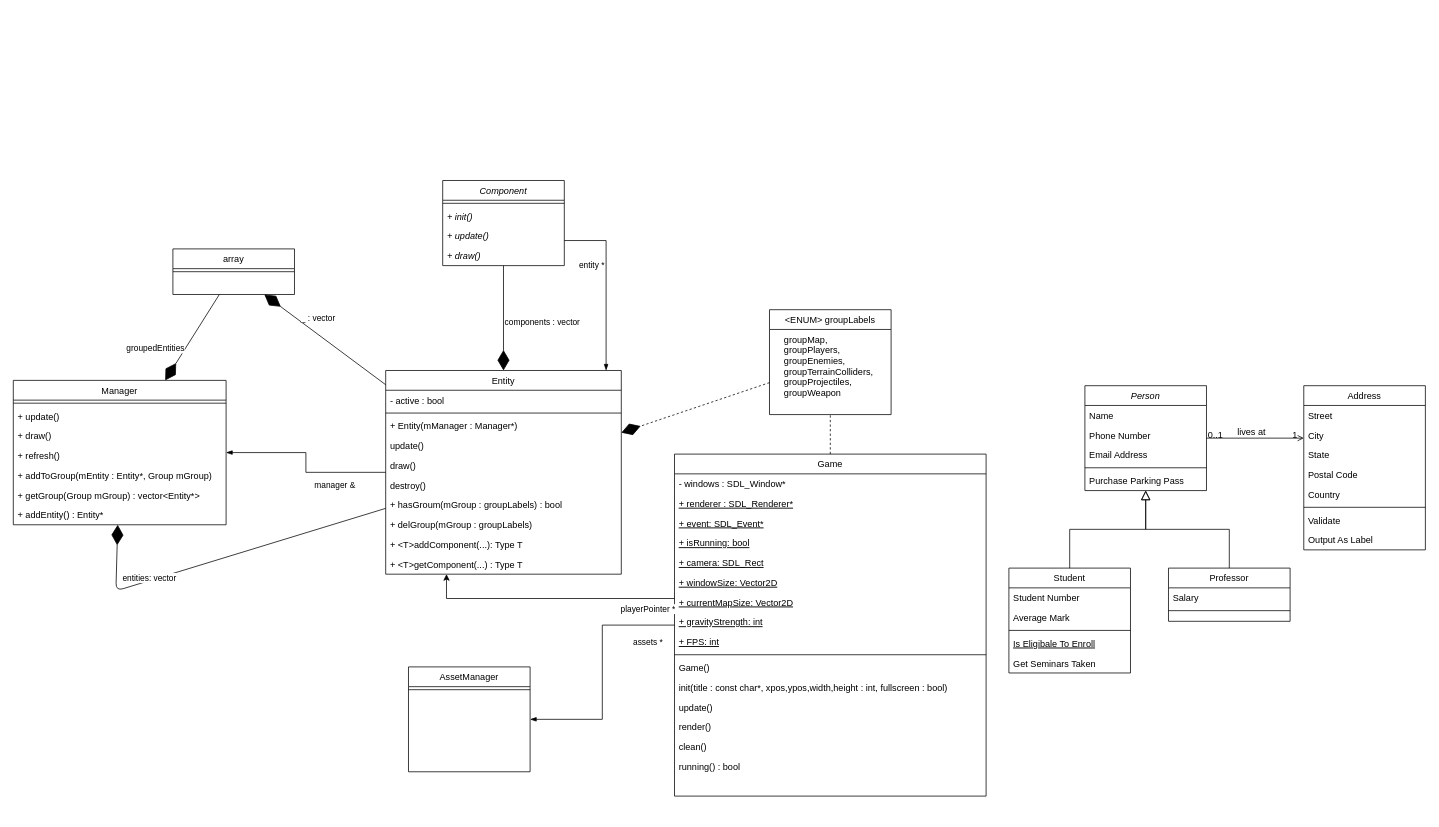
Earlier version of the draw.io diagram UML/Untitled Diagram.drawio (abastienIIT/Roguelike). Source tidied: cells renumbered, new cells numbered last; positions are measured from the earlier drawing's top-left corner, leaving out a move shared by most shapes. Both pictures are drawn from the tidied source at 76%, with x=0, y=0 at pixel (13, 180).
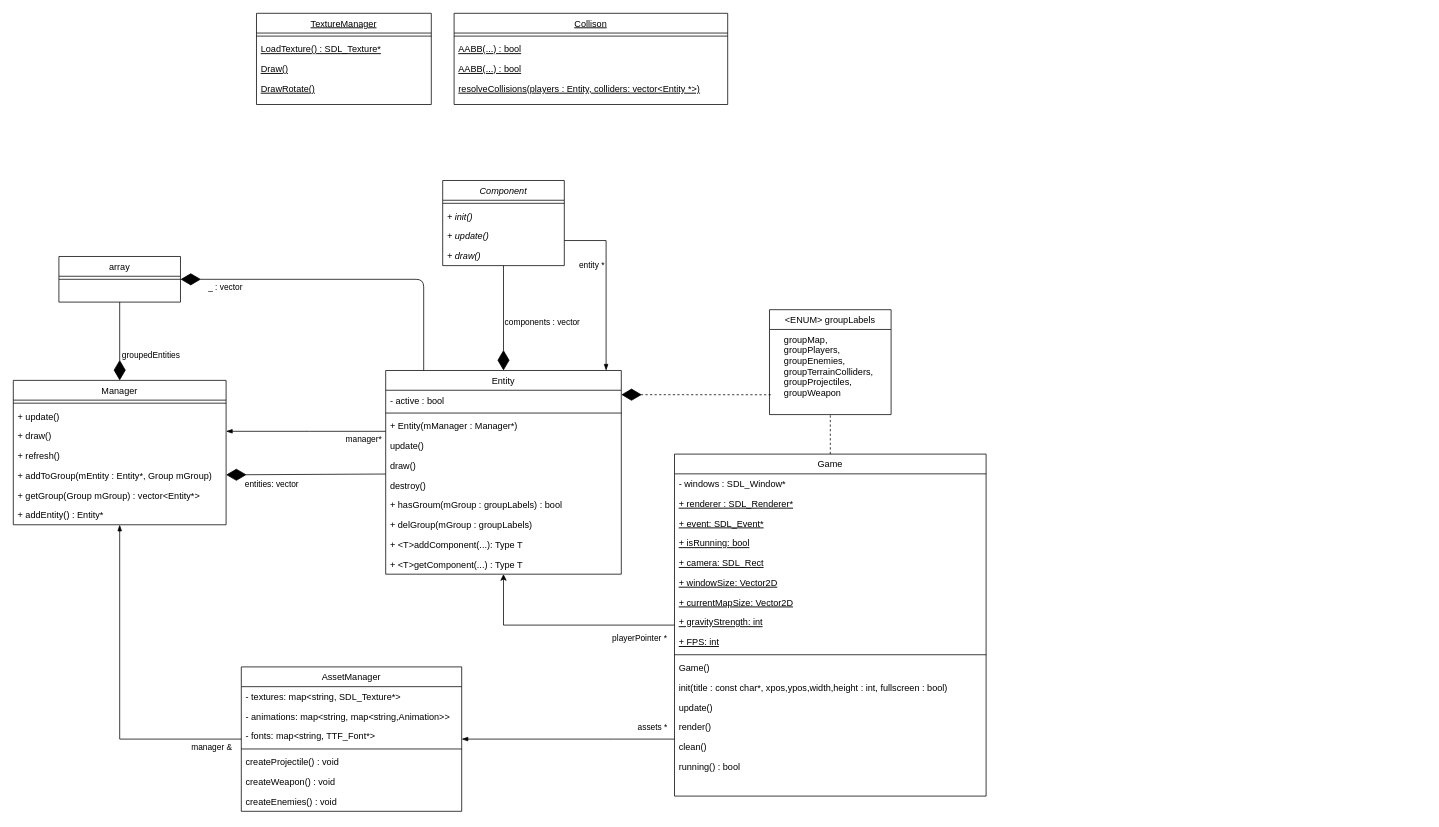
The same diagram, later.

The change refers to these unchanged cells:
```xml
<mxCell id="34" value="Game" style="swimlane;fontStyle=0;align=center;verticalAlign=top;horizontal=1;startSize=26;rounded=0;shadow=0;strokeWidth=1;" parent="1" vertex="1">
  <mxGeometry x="870" y="360" width="410" height="450" as="geometry" />
</mxCell>
<mxCell id="53" value="Entity" style="swimlane;fontStyle=0;align=center;verticalAlign=top;horizontal=1;startSize=26;rounded=0;shadow=0;strokeWidth=1;" parent="1" vertex="1">
  <mxGeometry x="490" y="250" width="310" height="268" as="geometry" />
</mxCell>
<mxCell id="54" value="- active : bool" style="text;align=left;verticalAlign=top;spacingLeft=4;spacingRight=4;overflow=hidden;points=[[0,0.5],[1,0.5]];portConstraint=eastwest;" parent="53" vertex="1">
  <mxGeometry y="26" width="310" height="26" as="geometry" />
</mxCell>
<mxCell id="58" value="draw()" style="text;align=left;verticalAlign=top;spacingLeft=4;spacingRight=4;overflow=hidden;points=[[0,0.5],[1,0.5]];portConstraint=eastwest;" parent="53" vertex="1">
  <mxGeometry y="112" width="310" height="26" as="geometry" />
</mxCell>
<mxCell id="66" value="&lt;ENUM&gt; groupLabels" style="swimlane;fontStyle=0;align=center;verticalAlign=top;horizontal=1;startSize=26;rounded=0;shadow=0;strokeWidth=1;" parent="1" vertex="1">
  <mxGeometry x="995" y="170" width="160" height="138" as="geometry" />
</mxCell>
<mxCell id="67" value="    groupMap,&#10;    groupPlayers,&#10;    groupEnemies,&#10;    groupTerrainColliders,&#10;    groupProjectiles,&#10;    groupWeapon" style="text;strokeColor=none;fillColor=none;align=left;verticalAlign=top;spacingLeft=4;spacingRight=4;overflow=hidden;points=[[0,0.5],[1,0.5]];portConstraint=eastwest;" parent="66" vertex="1">
  <mxGeometry y="26" width="160" height="94" as="geometry" />
</mxCell>
<mxCell id="71" value="Manager" style="swimlane;fontStyle=0;align=center;verticalAlign=top;horizontal=1;startSize=26;rounded=0;shadow=0;strokeWidth=1;" parent="1" vertex="1">
  <mxGeometry y="263" width="280" height="190" as="geometry" />
</mxCell>
<mxCell id="76" value="+ addToGroup(mEntity : Entity*, Group mGroup)" style="text;align=left;verticalAlign=top;spacingLeft=4;spacingRight=4;overflow=hidden;points=[[0,0.5],[1,0.5]];portConstraint=eastwest;fontStyle=0;" parent="71" vertex="1">
  <mxGeometry y="112" width="280" height="26" as="geometry" />
</mxCell>
<mxCell id="92" style="endArrow=diamondThin;endFill=1;endSize=24;html=1;" parent="1" edge="1" source="90" target="71">
  <mxGeometry relative="1" as="geometry" />
</mxCell>
```

Diff of the diagram source:
```diff
@@
-    <mxCell id="2" value="Person" style="swimlane;fontStyle=2;align=center;verticalAlign=top;horizontal=1;startSize=26;rounded=0;shadow=0;strokeWidth=1;" parent="1" vertex="1">
-      <mxGeometry x="1410" y="270" width="160" height="138" as="geometry" />
-    </mxCell>
-    <mxCell id="3" value="Name" style="text;align=left;verticalAlign=top;spacingLeft=4;spacingRight=4;overflow=hidden;" parent="2" vertex="1">
-      <mxGeometry y="26" width="160" height="26" as="geometry" />
-    </mxCell>
-    <mxCell id="4" value="Phone Number" style="text;align=left;verticalAlign=top;spacingLeft=4;spacingRight=4;overflow=hidden;rounded=0;shadow=0;html=0;" parent="2" vertex="1">
-      <mxGeometry y="52" width="160" height="26" as="geometry" />
-    </mxCell>
-    <mxCell id="5" value="Email Address" style="text;align=left;verticalAlign=top;spacingLeft=4;spacingRight=4;overflow=hidden;rounded=0;shadow=0;html=0;" parent="2" vertex="1">
-      <mxGeometry y="78" width="160" height="26" as="geometry" />
-    </mxCell>
-    <mxCell id="6" style="line;html=1;strokeWidth=1;align=left;verticalAlign=middle;spacingTop=-1;spacingLeft=3;spacingRight=3;labelPosition=right;" parent="2" vertex="1">
-      <mxGeometry y="104" width="160" height="8" as="geometry" />
-    </mxCell>
-    <mxCell id="7" value="Purchase Parking Pass" style="text;align=left;verticalAlign=top;spacingLeft=4;spacingRight=4;overflow=hidden;" parent="2" vertex="1">
-      <mxGeometry y="112" width="160" height="26" as="geometry" />
-    </mxCell>
-    <mxCell id="8" value="Student" style="swimlane;fontStyle=0;align=center;verticalAlign=top;horizontal=1;startSize=26;rounded=0;shadow=0;strokeWidth=1;" parent="1" vertex="1">
-      <mxGeometry x="1310" y="510" width="160" height="138" as="geometry" />
-    </mxCell>
-    <mxCell id="9" value="Student Number" style="text;align=left;verticalAlign=top;spacingLeft=4;spacingRight=4;overflow=hidden;" parent="8" vertex="1">
-      <mxGeometry y="26" width="160" height="26" as="geometry" />
-    </mxCell>
-    <mxCell id="10" value="Average Mark" style="text;align=left;verticalAlign=top;spacingLeft=4;spacingRight=4;overflow=hidden;rounded=0;shadow=0;html=0;" parent="8" vertex="1">
-      <mxGeometry y="52" width="160" height="26" as="geometry" />
-    </mxCell>
-    <mxCell id="11" style="line;html=1;strokeWidth=1;align=left;verticalAlign=middle;spacingTop=-1;spacingLeft=3;spacingRight=3;labelPosition=right;" parent="8" vertex="1">
-      <mxGeometry y="78" width="160" height="8" as="geometry" />
-    </mxCell>
-    <mxCell id="12" value="Is Eligibale To Enroll" style="text;align=left;verticalAlign=top;spacingLeft=4;spacingRight=4;overflow=hidden;fontStyle=4;" parent="8" vertex="1">
-      <mxGeometry y="86" width="160" height="26" as="geometry" />
-    </mxCell>
-    <mxCell id="13" value="Get Seminars Taken" style="text;align=left;verticalAlign=top;spacingLeft=4;spacingRight=4;overflow=hidden;" parent="8" vertex="1">
-      <mxGeometry y="112" width="160" height="26" as="geometry" />
-    </mxCell>
-    <mxCell id="14" style="endArrow=block;endSize=10;endFill=0;shadow=0;strokeWidth=1;rounded=0;edgeStyle=elbowEdgeStyle;elbow=vertical;" parent="1" edge="1" source="8" target="2">
-      <mxGeometry relative="1" as="geometry" />
-    </mxCell>
-    <mxCell id="15" value="Professor" style="swimlane;fontStyle=0;align=center;verticalAlign=top;horizontal=1;startSize=26;rounded=0;shadow=0;strokeWidth=1;" parent="1" vertex="1">
-      <mxGeometry x="1520" y="510" width="160" height="70" as="geometry" />
-    </mxCell>
-    <mxCell id="16" value="Salary" style="text;align=left;verticalAlign=top;spacingLeft=4;spacingRight=4;overflow=hidden;" parent="15" vertex="1">
-      <mxGeometry y="26" width="160" height="26" as="geometry" />
-    </mxCell>
-    <mxCell id="17" style="line;html=1;strokeWidth=1;align=left;verticalAlign=middle;spacingTop=-1;spacingLeft=3;spacingRight=3;labelPosition=right;" parent="15" vertex="1">
-      <mxGeometry y="52" width="160" height="8" as="geometry" />
-    </mxCell>
-    <mxCell id="18" style="endArrow=block;endSize=10;endFill=0;shadow=0;strokeWidth=1;rounded=0;edgeStyle=elbowEdgeStyle;elbow=vertical;" parent="1" edge="1" source="15" target="2">
-      <mxGeometry relative="1" as="geometry" />
-    </mxCell>
-    <mxCell id="19" value="Address" style="swimlane;fontStyle=0;align=center;verticalAlign=top;horizontal=1;startSize=26;rounded=0;shadow=0;strokeWidth=1;" parent="1" vertex="1">
-      <mxGeometry x="1698" y="270" width="160" height="216" as="geometry" />
-    </mxCell>
-    <mxCell id="20" value="Street" style="text;align=left;verticalAlign=top;spacingLeft=4;spacingRight=4;overflow=hidden;" parent="19" vertex="1">
-      <mxGeometry y="26" width="160" height="26" as="geometry" />
-    </mxCell>
-    <mxCell id="21" value="City" style="text;align=left;verticalAlign=top;spacingLeft=4;spacingRight=4;overflow=hidden;rounded=0;shadow=0;html=0;" parent="19" vertex="1">
-      <mxGeometry y="52" width="160" height="26" as="geometry" />
-    </mxCell>
-    <mxCell id="22" value="State" style="text;align=left;verticalAlign=top;spacingLeft=4;spacingRight=4;overflow=hidden;rounded=0;shadow=0;html=0;" parent="19" vertex="1">
-      <mxGeometry y="78" width="160" height="26" as="geometry" />
-    </mxCell>
-    <mxCell id="23" value="Postal Code" style="text;align=left;verticalAlign=top;spacingLeft=4;spacingRight=4;overflow=hidden;rounded=0;shadow=0;html=0;" parent="19" vertex="1">
-      <mxGeometry y="104" width="160" height="26" as="geometry" />
-    </mxCell>
-    <mxCell id="24" value="Country" style="text;align=left;verticalAlign=top;spacingLeft=4;spacingRight=4;overflow=hidden;rounded=0;shadow=0;html=0;" parent="19" vertex="1">
-      <mxGeometry y="130" width="160" height="26" as="geometry" />
-    </mxCell>
-    <mxCell id="25" style="line;html=1;strokeWidth=1;align=left;verticalAlign=middle;spacingTop=-1;spacingLeft=3;spacingRight=3;labelPosition=right;" parent="19" vertex="1">
-      <mxGeometry y="156" width="160" height="8" as="geometry" />
-    </mxCell>
-    <mxCell id="26" value="Validate" style="text;align=left;verticalAlign=top;spacingLeft=4;spacingRight=4;overflow=hidden;" parent="19" vertex="1">
-      <mxGeometry y="164" width="160" height="26" as="geometry" />
-    </mxCell>
-    <mxCell id="27" value="Output As Label" style="text;align=left;verticalAlign=top;spacingLeft=4;spacingRight=4;overflow=hidden;" parent="19" vertex="1">
-      <mxGeometry y="190" width="160" height="26" as="geometry" />
-    </mxCell>
-    <mxCell id="28" style="endArrow=open;shadow=0;strokeWidth=1;rounded=0;endFill=1;edgeStyle=elbowEdgeStyle;elbow=vertical;" parent="1" edge="1" source="2" target="19">
-      <mxGeometry x="0.5" y="41" relative="1" as="geometry">
-        <mxPoint x="-40" y="32" as="offset" />
-      </mxGeometry>
-    </mxCell>
-    <mxCell id="29" value="0..1" style="align=left;verticalAlign=bottom;labelBackgroundColor=none;fontSize=12;" parent="28" vertex="1">
-      <mxGeometry x="-1" relative="1" as="geometry">
-        <mxPoint y="4" as="offset" />
-      </mxGeometry>
-    </mxCell>
-    <mxCell id="30" value="1" style="align=right;verticalAlign=bottom;labelBackgroundColor=none;fontSize=12;" parent="28" vertex="1">
-      <mxGeometry x="1" relative="1" as="geometry">
-        <mxPoint x="-7" y="4" as="offset" />
-      </mxGeometry>
-    </mxCell>
-    <mxCell id="31" value="lives at" style="text;html=1;align=center;verticalAlign=middle;labelBackgroundColor=none;rounded=0;shadow=0;strokeWidth=1;fontSize=12;" parent="28" vertex="1">
-      <mxGeometry x="0.5" y="49" relative="1" as="geometry">
-        <mxPoint x="-38" y="40" as="offset" />
-      </mxGeometry>
-    </mxCell>
     <mxCell id="32" style="edgeStyle=orthogonalEdgeStyle;rounded=0;jettySize=auto;html=1;endArrow=blockThin;endFill=1;" parent="1" edge="1" source="34" target="69">
-      <mxGeometry relative="1" as="geometry" />
+      <mxGeometry relative="1" as="geometry">
+        <Array as="points">
+          <mxPoint x="790" y="735" />
+          <mxPoint x="790" y="735" />
+        </Array>
+      </mxGeometry>
     </mxCell>
     <mxCell id="33" value="assets *" style="edgeLabel;html=1;align=center;verticalAlign=middle;" parent="32" vertex="1">
       <mxGeometry x="-0.19" relative="1" as="geometry">
-        <mxPoint x="59" y="-10" as="offset" />
+        <mxPoint x="83" y="-16" as="offset" />
       </mxGeometry>
     </mxCell>
@@
     <mxCell id="51" style="edgeStyle=orthogonalEdgeStyle;rounded=0;jettySize=auto;html=1;endArrow=blockThin;endFill=1;" parent="1" edge="1" source="53" target="71">
-      <mxGeometry relative="1" as="geometry" />
+      <mxGeometry relative="1" as="geometry">
+        <Array as="points">
+          <mxPoint x="390" y="330" />
+          <mxPoint x="390" y="330" />
+        </Array>
+      </mxGeometry>
     </mxCell>
-    <mxCell id="52" value="manager &amp;amp;" style="edgeLabel;html=1;align=center;verticalAlign=middle;" parent="51" vertex="1">
+    <mxCell id="52" value="manager*" style="edgeLabel;html=1;align=center;verticalAlign=middle;" parent="51" vertex="1">
       <mxGeometry x="0.35" y="-2" relative="1" as="geometry">
-        <mxPoint x="65" y="44" as="offset" />
+        <mxPoint x="112.3" y="12" as="offset" />
       </mxGeometry>
     </mxCell>
@@
     <mxCell id="64" style="edgeStyle=orthogonalEdgeStyle;rounded=0;jettySize=auto;html=1;" parent="1" edge="1" source="34" target="53">
       <mxGeometry relative="1" as="geometry">
         <Array as="points">
-          <mxPoint x="570" y="550" />
+          <mxPoint x="645" y="585" />
         </Array>
       </mxGeometry>
     </mxCell>
     <mxCell id="65" value="playerPointer *" style="edgeLabel;html=1;align=center;verticalAlign=middle;" parent="64" vertex="1">
       <mxGeometry x="-0.32" y="5" relative="1" as="geometry">
-        <mxPoint x="77" y="8" as="offset" />
+        <mxPoint x="52.9" y="12.9" as="offset" />
       </mxGeometry>
     </mxCell>
@@
     <mxCell id="69" value="AssetManager" style="swimlane;fontStyle=0;align=center;verticalAlign=top;horizontal=1;startSize=26;rounded=0;shadow=0;strokeWidth=1;" parent="1" vertex="1">
-      <mxGeometry x="520" y="640" width="160" height="138" as="geometry" />
+      <mxGeometry x="300" y="640" width="290" height="190" as="geometry" />
     </mxCell>
+    <mxCell id="97" value="- textures: map&lt;string, SDL_Texture*&gt;" style="text;align=left;verticalAlign=top;spacingLeft=4;spacingRight=4;overflow=hidden;" parent="69" vertex="1">
+      <mxGeometry y="26" width="290" height="26" as="geometry" />
+    </mxCell>
+    <mxCell id="98" value="- animations: map&lt;string, map&lt;string,Animation&gt;&gt;" style="text;align=left;verticalAlign=top;spacingLeft=4;spacingRight=4;overflow=hidden;" parent="69" vertex="1">
+      <mxGeometry y="52" width="290" height="26" as="geometry" />
+    </mxCell>
+    <mxCell id="99" value="- fonts: map&lt;string, TTF_Font*&gt;" style="text;align=left;verticalAlign=top;spacingLeft=4;spacingRight=4;overflow=hidden;" parent="69" vertex="1">
+      <mxGeometry y="78" width="290" height="26" as="geometry" />
+    </mxCell>
     <mxCell id="70" style="line;html=1;strokeWidth=1;align=left;verticalAlign=middle;spacingTop=-1;spacingLeft=3;spacingRight=3;labelPosition=right;" parent="69" vertex="1">
-      <mxGeometry y="26" width="160" height="8" as="geometry" />
+      <mxGeometry y="104" width="290" height="8" as="geometry" />
     </mxCell>
+    <mxCell id="100" value="createProjectile() : void" style="text;align=left;verticalAlign=top;spacingLeft=4;spacingRight=4;overflow=hidden;" parent="69" vertex="1">
+      <mxGeometry y="112" width="290" height="26" as="geometry" />
+    </mxCell>
+    <mxCell id="101" value="createWeapon() : void" style="text;align=left;verticalAlign=top;spacingLeft=4;spacingRight=4;overflow=hidden;" parent="69" vertex="1">
+      <mxGeometry y="138" width="290" height="26" as="geometry" />
+    </mxCell>
+    <mxCell id="102" value="createEnemies() : void" style="text;align=left;verticalAlign=top;spacingLeft=4;spacingRight=4;overflow=hidden;" parent="69" vertex="1">
+      <mxGeometry y="164" width="290" height="26" as="geometry" />
+    </mxCell>
@@
-    <mxCell id="88" style="endArrow=diamondThin;endFill=1;endSize=24;html=1;" parent="1" edge="1" source="53" target="71">
-      <mxGeometry relative="1" as="geometry">
-        <Array as="points">
-          <mxPoint x="135" y="540" />
-        </Array>
-      </mxGeometry>
+    <mxCell id="88" style="endArrow=diamondThin;endFill=1;endSize=24;html=1;exitX=0;exitY=0.931;exitDx=0;exitDy=0;exitPerimeter=0;" parent="1" edge="1" source="58" target="76">
+      <mxGeometry relative="1" as="geometry" />
     </mxCell>
     <mxCell id="89" value="entities: vector " style="edgeLabel;html=1;align=center;verticalAlign=middle;" parent="88" vertex="1">
       <mxGeometry x="-0.41" y="4" relative="1" as="geometry">
-        <mxPoint x="-183.3" y="47.5" as="offset" />
+        <mxPoint x="-88.3" y="8.5" as="offset" />
       </mxGeometry>
     </mxCell>
     <mxCell id="90" value="array" style="swimlane;fontStyle=0;align=center;verticalAlign=top;horizontal=1;startSize=26;rounded=0;shadow=0;strokeWidth=1;" parent="1" vertex="1">
-      <mxGeometry x="210" y="90" width="160" height="60" as="geometry" />
+      <mxGeometry x="60" y="100" width="160" height="60" as="geometry" />
     </mxCell>
@@
     <mxCell id="93" value="groupedEntities " style="edgeLabel;html=1;align=center;verticalAlign=middle;" parent="92" vertex="1">
       <mxGeometry x="-0.41" y="4" relative="1" as="geometry">
-        <mxPoint x="-66.9" y="35.3" as="offset" />
+        <mxPoint x="36" y="39.4" as="offset" />
       </mxGeometry>
     </mxCell>
-    <mxCell id="94" style="endArrow=diamondThin;endFill=1;endSize=24;html=1;" parent="1" edge="1" source="53" target="90">
-      <mxGeometry relative="1" as="geometry" />
+    <mxCell id="94" style="endArrow=diamondThin;endFill=1;endSize=24;html=1;" parent="1" edge="1" target="90">
+      <mxGeometry relative="1" as="geometry">
+        <mxPoint x="540" y="250" as="sourcePoint" />
+        <Array as="points">
+          <mxPoint x="540" y="130" />
+        </Array>
+      </mxGeometry>
     </mxCell>
     <mxCell id="95" value="_ : vector" style="edgeLabel;html=1;align=center;verticalAlign=middle;" parent="94" vertex="1">
       <mxGeometry x="0.15" y="4" relative="1" as="geometry">
-        <mxPoint x="3.9" y="-23.9" as="offset" />
+        <mxPoint x="-128.2" y="6" as="offset" />
       </mxGeometry>
     </mxCell>
-    <mxCell id="96" style="endArrow=diamondThin;endFill=1;endSize=24;html=1;dashed=1;" parent="1" edge="1" source="66" target="53">
+    <mxCell id="96" style="endArrow=diamondThin;endFill=1;endSize=24;html=1;dashed=1;entryX=1;entryY=0.224;entryDx=0;entryDy=0;entryPerimeter=0;exitX=0.011;exitY=0.914;exitDx=0;exitDy=0;exitPerimeter=0;" parent="1" edge="1" source="67" target="54">
       <mxGeometry relative="1" as="geometry" />
     </mxCell>
+    <mxCell id="103" style="edgeStyle=orthogonalEdgeStyle;rounded=0;jettySize=auto;html=1;endArrow=blockThin;endFill=1;" parent="1" edge="1" source="69" target="71">
+      <mxGeometry relative="1" as="geometry" />
+    </mxCell>
+    <mxCell id="104" value="manager &amp;amp;" style="edgeLabel;html=1;align=center;verticalAlign=middle;" parent="103" vertex="1">
+      <mxGeometry x="0.35" y="-2" relative="1" as="geometry">
+        <mxPoint x="118" y="148.8" as="offset" />
+      </mxGeometry>
+    </mxCell>
+    <mxCell id="105" value="Collison" style="swimlane;fontStyle=4;align=center;verticalAlign=top;horizontal=1;startSize=26;rounded=0;shadow=0;strokeWidth=1;" parent="1" vertex="1">
+      <mxGeometry x="580" y="-220" width="360" height="120" as="geometry" />
+    </mxCell>
+    <mxCell id="106" style="line;html=1;strokeWidth=1;align=left;verticalAlign=middle;spacingTop=-1;spacingLeft=3;spacingRight=3;labelPosition=right;" parent="105" vertex="1">
+      <mxGeometry y="26" width="360" height="8" as="geometry" />
+    </mxCell>
+    <mxCell id="107" value="AABB(...) : bool" style="text;align=left;verticalAlign=top;spacingLeft=4;spacingRight=4;overflow=hidden;fontStyle=4;" parent="105" vertex="1">
+      <mxGeometry y="34" width="360" height="26" as="geometry" />
+    </mxCell>
+    <mxCell id="108" value="AABB(...) : bool" style="text;align=left;verticalAlign=top;spacingLeft=4;spacingRight=4;overflow=hidden;fontStyle=4;" parent="105" vertex="1">
+      <mxGeometry y="60" width="360" height="26" as="geometry" />
+    </mxCell>
+    <mxCell id="109" value="resolveCollisions(players : Entity, colliders: vector&lt;Entity *&gt;)" style="text;align=left;verticalAlign=top;spacingLeft=4;spacingRight=4;overflow=hidden;fontStyle=4;" parent="105" vertex="1">
+      <mxGeometry y="86" width="360" height="26" as="geometry" />
+    </mxCell>
+    <mxCell id="110" value="TextureManager" style="swimlane;fontStyle=4;align=center;verticalAlign=top;horizontal=1;startSize=26;rounded=0;shadow=0;strokeWidth=1;" parent="1" vertex="1">
+      <mxGeometry x="320" y="-220" width="230" height="120" as="geometry" />
+    </mxCell>
+    <mxCell id="111" style="line;html=1;strokeWidth=1;align=left;verticalAlign=middle;spacingTop=-1;spacingLeft=3;spacingRight=3;labelPosition=right;" parent="110" vertex="1">
+      <mxGeometry y="26" width="230" height="8" as="geometry" />
+    </mxCell>
+    <mxCell id="112" value="LoadTexture() : SDL_Texture*" style="text;align=left;verticalAlign=top;spacingLeft=4;spacingRight=4;overflow=hidden;fontStyle=4;" parent="110" vertex="1">
+      <mxGeometry y="34" width="230" height="26" as="geometry" />
+    </mxCell>
+    <mxCell id="113" value="Draw()" style="text;align=left;verticalAlign=top;spacingLeft=4;spacingRight=4;overflow=hidden;fontStyle=4;" parent="110" vertex="1">
+      <mxGeometry y="60" width="230" height="26" as="geometry" />
+    </mxCell>
+    <mxCell id="114" value="DrawRotate()" style="text;align=left;verticalAlign=top;spacingLeft=4;spacingRight=4;overflow=hidden;fontStyle=4;" parent="110" vertex="1">
+      <mxGeometry y="86" width="230" height="26" as="geometry" />
+    </mxCell>
```
